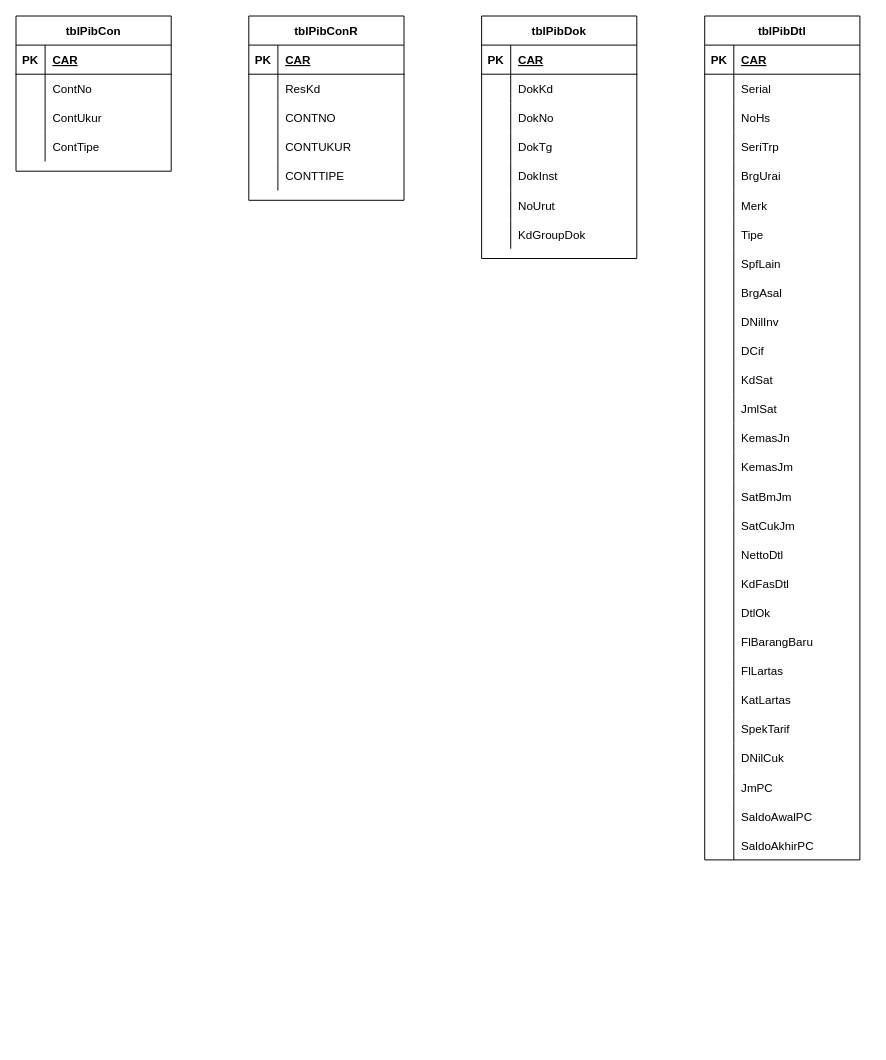
1000pilar/import-system-ii keeps this draw.io diagram as pib_table.drawio. Above is the earlier version. Source tidied: cells renumbered, new cells numbered last; positions are measured from the earlier drawing's top-left corner, leaving out a move shared by most shapes. Both pictures are drawn from the tidied source at 97%, with x=0, y=0 at pixel (16, 16).
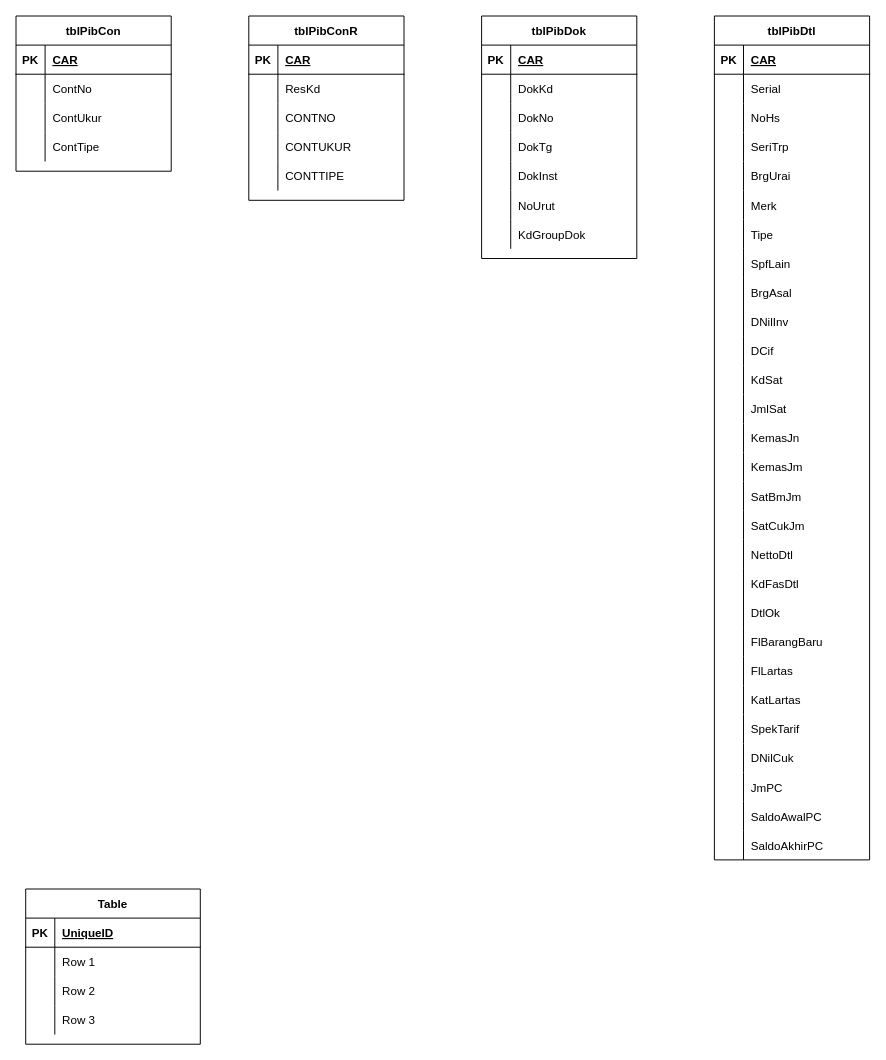
The same diagram, later.

The edit, as a diff of the source:
```diff
@@
     <mxCell id="53" value="tblPibDtl" style="shape=table;startSize=30;childLayout=tableLayout;rowLines=0;fontStyle=1;align=center;" parent="1" vertex="1">
-      <mxGeometry x="710" width="160" height="870" as="geometry" />
+      <mxGeometry x="720" width="160" height="870" as="geometry" />
     </mxCell>
@@
+    <mxCell id="138" value="Table" style="shape=table;startSize=30;childLayout=tableLayout;rowLines=0;fontStyle=1;align=center;" parent="1" vertex="1">
+      <mxGeometry x="10" y="900" width="180" height="160" as="geometry" />
+    </mxCell>
+    <mxCell id="139" style="shape=partialRectangle;fillColor=none;top=0;left=0;bottom=1;right=0;" parent="138" vertex="1">
+      <mxGeometry y="30" width="180" height="30" as="geometry" />
+    </mxCell>
+    <mxCell id="140" value="PK" style="shape=partialRectangle;fillColor=none;top=0;left=0;bottom=0;right=0;fontStyle=1;overflow=hidden;" parent="139" vertex="1">
+      <mxGeometry width="30" height="30" as="geometry" />
+    </mxCell>
+    <mxCell id="141" value="UniqueID" style="shape=partialRectangle;fillColor=none;top=0;left=0;bottom=0;right=0;align=left;spacingLeft=6;fontStyle=5;overflow=hidden;" parent="139" vertex="1">
+      <mxGeometry x="30" width="150" height="30" as="geometry" />
+    </mxCell>
+    <mxCell id="142" style="shape=partialRectangle;fillColor=none;top=0;left=0;bottom=0;right=0;" parent="138" vertex="1">
+      <mxGeometry y="60" width="180" height="30" as="geometry" />
+    </mxCell>
+    <mxCell id="143" style="shape=partialRectangle;fillColor=none;top=0;left=0;bottom=0;right=0;overflow=hidden;" parent="142" vertex="1">
+      <mxGeometry width="30" height="30" as="geometry" />
+    </mxCell>
+    <mxCell id="144" value="Row 1" style="shape=partialRectangle;fillColor=none;top=0;left=0;bottom=0;right=0;align=left;spacingLeft=6;overflow=hidden;" parent="142" vertex="1">
+      <mxGeometry x="30" width="150" height="30" as="geometry" />
+    </mxCell>
+    <mxCell id="145" style="shape=partialRectangle;fillColor=none;top=0;left=0;bottom=0;right=0;" parent="138" vertex="1">
+      <mxGeometry y="90" width="180" height="30" as="geometry" />
+    </mxCell>
+    <mxCell id="146" style="shape=partialRectangle;fillColor=none;top=0;left=0;bottom=0;right=0;overflow=hidden;" parent="145" vertex="1">
+      <mxGeometry width="30" height="30" as="geometry" />
+    </mxCell>
+    <mxCell id="147" value="Row 2" style="shape=partialRectangle;fillColor=none;top=0;left=0;bottom=0;right=0;align=left;spacingLeft=6;overflow=hidden;" parent="145" vertex="1">
+      <mxGeometry x="30" width="150" height="30" as="geometry" />
+    </mxCell>
+    <mxCell id="148" style="shape=partialRectangle;fillColor=none;top=0;left=0;bottom=0;right=0;" parent="138" vertex="1">
+      <mxGeometry y="120" width="180" height="30" as="geometry" />
+    </mxCell>
+    <mxCell id="149" style="shape=partialRectangle;fillColor=none;top=0;left=0;bottom=0;right=0;overflow=hidden;" parent="148" vertex="1">
+      <mxGeometry width="30" height="30" as="geometry" />
+    </mxCell>
+    <mxCell id="150" value="Row 3" style="shape=partialRectangle;fillColor=none;top=0;left=0;bottom=0;right=0;align=left;spacingLeft=6;overflow=hidden;" parent="148" vertex="1">
+      <mxGeometry x="30" width="150" height="30" as="geometry" />
+    </mxCell>
```
